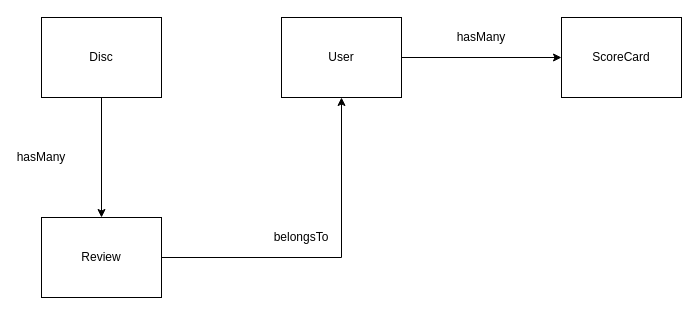
Earlier version of the draw.io diagram wireframes/relationships.drawio (CaseyR1221/Disc-Jockey). Source tidied: cells renumbered, new cells numbered last; positions are measured from the earlier drawing's top-left corner, leaving out a move shared by most shapes. Both pictures are drawn from the tidied source at 100%, with x=0, y=0 at pixel (21, 17).
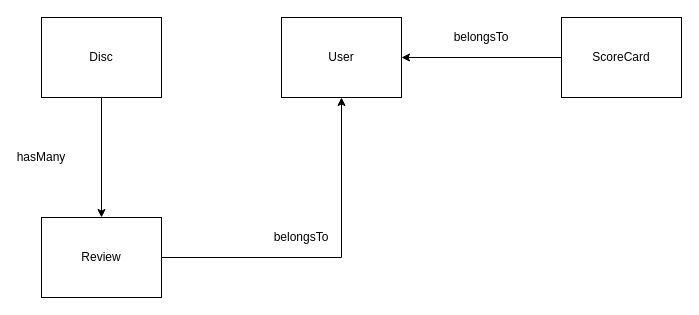
The same diagram, later.

Commit message (it also covers changes not shown here):
updated relationships and signup

What changed in the source:
```diff
@@
 <mxGraphModel>
   <root>
     <mxCell id="0" />
     <mxCell id="1" parent="0" />
-    <mxCell id="2" style="edgeStyle=orthogonalEdgeStyle;rounded=0;jettySize=auto;html=1;entryX=0;entryY=0.5;entryDx=0;entryDy=0;" parent="1" edge="1" source="3" target="8">
-      <mxGeometry relative="1" as="geometry" />
-    </mxCell>
     <mxCell id="3" value="User" style="rounded=0;whiteSpace=wrap;html=1;" parent="1" vertex="1">
       <mxGeometry x="260" width="120" height="80" as="geometry" />
     </mxCell>
     <mxCell id="4" style="edgeStyle=orthogonalEdgeStyle;rounded=0;jettySize=auto;html=1;exitX=0.5;exitY=1;exitDx=0;exitDy=0;entryX=0.5;entryY=0;entryDx=0;entryDy=0;" parent="1" edge="1" source="5" target="7">
       <mxGeometry relative="1" as="geometry" />
     </mxCell>
     <mxCell id="5" value="Disc" style="rounded=0;whiteSpace=wrap;html=1;" parent="1" vertex="1">
       <mxGeometry x="20" width="120" height="80" as="geometry" />
     </mxCell>
     <mxCell id="6" style="edgeStyle=orthogonalEdgeStyle;rounded=0;jettySize=auto;html=1;entryX=0.5;entryY=1;entryDx=0;entryDy=0;" parent="1" edge="1" source="7" target="3">
       <mxGeometry relative="1" as="geometry" />
     </mxCell>
     <mxCell id="7" value="Review" style="rounded=0;whiteSpace=wrap;html=1;" parent="1" vertex="1">
       <mxGeometry x="20" y="200" width="120" height="80" as="geometry" />
     </mxCell>
+    <mxCell id="12" style="edgeStyle=orthogonalEdgeStyle;rounded=0;jettySize=auto;html=1;" parent="1" edge="1" source="8" target="3">
+      <mxGeometry relative="1" as="geometry" />
+    </mxCell>
     <mxCell id="8" value="ScoreCard" style="rounded=0;whiteSpace=wrap;html=1;" parent="1" vertex="1">
       <mxGeometry x="540" width="120" height="80" as="geometry" />
     </mxCell>
-    <mxCell id="9" value="hasMany" style="text;html=1;strokeColor=none;fillColor=none;align=center;verticalAlign=middle;whiteSpace=wrap;rounded=0;" parent="1" vertex="1">
+    <mxCell id="9" value="belongsTo" style="text;html=1;strokeColor=none;fillColor=none;align=center;verticalAlign=middle;whiteSpace=wrap;rounded=0;" parent="1" vertex="1">
       <mxGeometry x="440" y="10" width="40" height="20" as="geometry" />
     </mxCell>
     <mxCell id="10" value="hasMany" style="text;html=1;strokeColor=none;fillColor=none;align=center;verticalAlign=middle;whiteSpace=wrap;rounded=0;" parent="1" vertex="1">
       <mxGeometry y="130" width="40" height="20" as="geometry" />
     </mxCell>
     <mxCell id="11" value="belongsTo" style="text;html=1;strokeColor=none;fillColor=none;align=center;verticalAlign=middle;whiteSpace=wrap;rounded=0;" parent="1" vertex="1">
       <mxGeometry x="260" y="210" width="40" height="20" as="geometry" />
     </mxCell>
   </root>
 </mxGraphModel>
```
